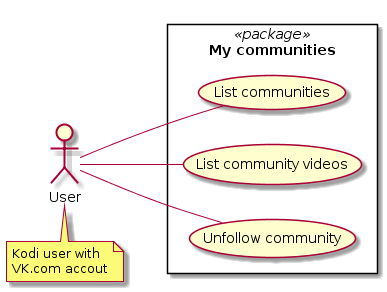
The PlantUML diagram resources/docs/uml/1e-usecase-mycommunities.png in tommistolercz/plugin.video.vk, before a commit. Source of this version:
```plantuml
@startuml
left to right direction

actor "User" as user
note "Kodi user with\nVK.com accout" as n
    user . n

rectangle "My communities" <<package>> {
   user -- (List communities)
   user -- (List community videos)
   user -- (Unfollow community)
}
@enduml
```
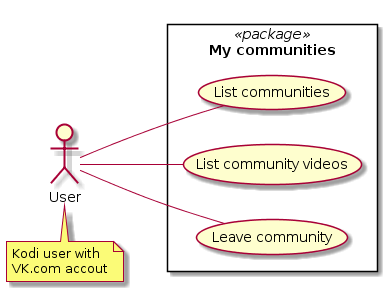
Later version of the same file.

What changed in the source:
```diff
@@ -8,6 +8,6 @@
 rectangle "My communities" <<package>> {
    user -- (List communities)
    user -- (List community videos)
-   user -- (Unfollow community)
+   user -- (Leave community)
 }
 @enduml
```
